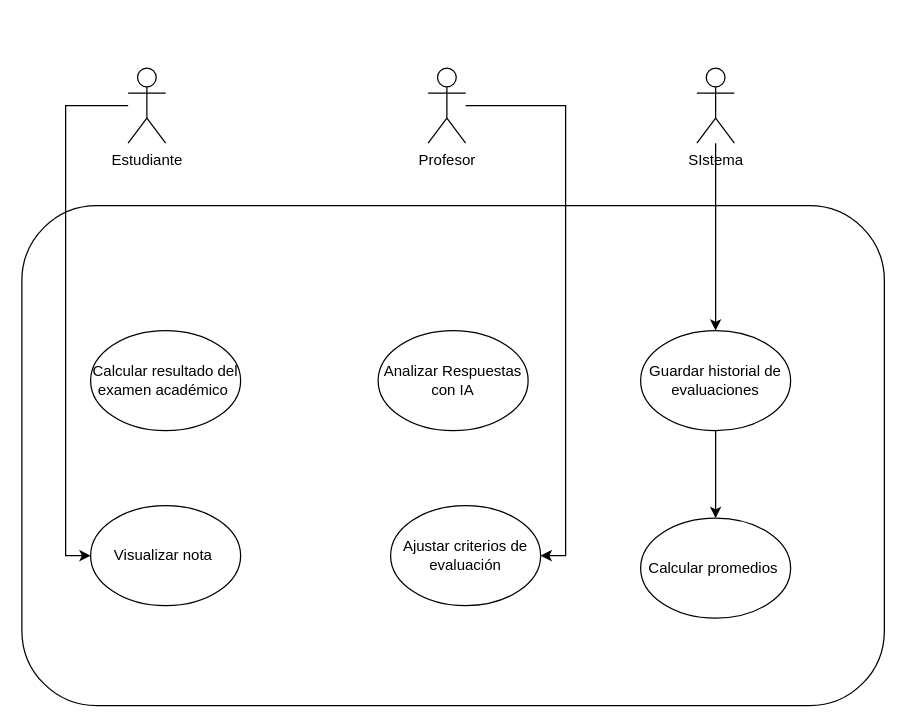
Before: docs/usecases/Diagrama sin título.drawio in Juanb7737/calificia, a draw.io diagram. Source tidied: cells renumbered, new cells numbered last; positions are measured from the earlier drawing's top-left corner, leaving out a move shared by most shapes. Both pictures are drawn from the tidied source at 125%, with x=0, y=0 at pixel (21, 68).
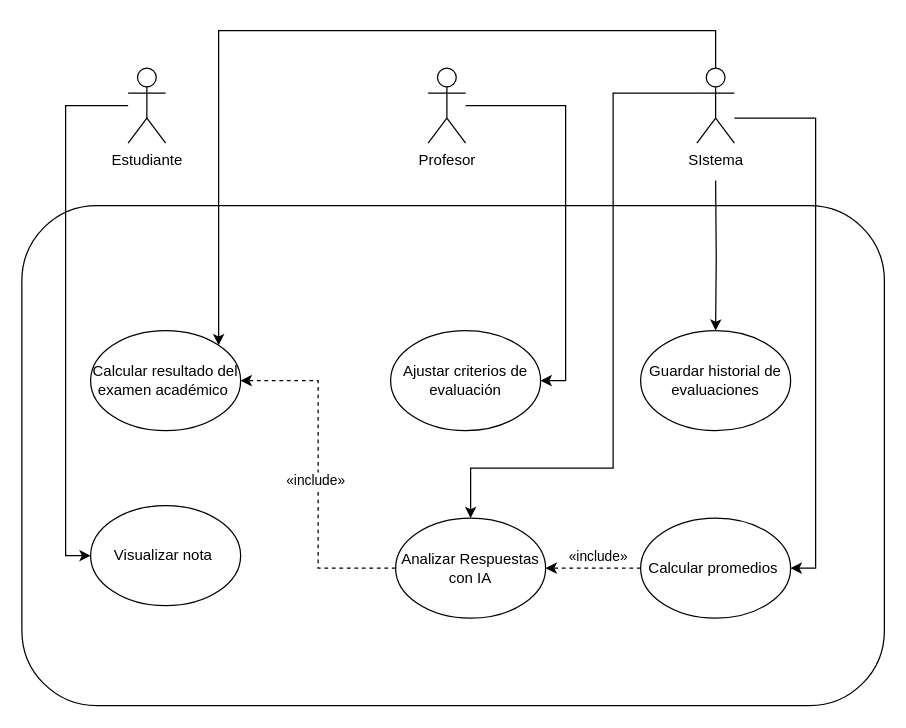
The same diagram, later.

Unchanged cells that the change refers to:
```xml
<mxCell id="3" value="Calcular resultado del examen académico&amp;nbsp;" style="ellipse;whiteSpace=wrap;html=1;" parent="1" vertex="1">
  <mxGeometry x="55" y="210" width="120" height="80" as="geometry" />
</mxCell>
<mxCell id="5" value="Guardar historial de evaluaciones" style="ellipse;whiteSpace=wrap;html=1;" parent="1" vertex="1">
  <mxGeometry x="495" y="210" width="120" height="80" as="geometry" />
</mxCell>
<mxCell id="8" value="Calcular promedios&amp;nbsp;" style="ellipse;whiteSpace=wrap;html=1;" parent="1" vertex="1">
  <mxGeometry x="495" y="360" width="120" height="80" as="geometry" />
</mxCell>
<mxCell id="12" value="Profesor" style="shape=umlActor;verticalLabelPosition=bottom;verticalAlign=top;html=1;outlineConnect=0;" parent="1" vertex="1">
  <mxGeometry x="325" width="30" height="60" as="geometry" />
</mxCell>
<mxCell id="13" value="SIstema" style="shape=umlActor;verticalLabelPosition=bottom;verticalAlign=top;html=1;outlineConnect=0;" parent="1" vertex="1">
  <mxGeometry x="540" width="30" height="60" as="geometry" />
</mxCell>
```

The edit, as a diff of the source:
```diff
@@
+    <mxCell id="16" style="edgeStyle=orthogonalEdgeStyle;rounded=0;jettySize=auto;html=1;entryX=1;entryY=0.5;entryDx=0;entryDy=0;dashed=1;" parent="1" edge="1" source="4" target="3">
+      <mxGeometry relative="1" as="geometry" />
+    </mxCell>
+    <mxCell id="17" value="«include»" style="edgeLabel;html=1;align=center;verticalAlign=middle;" parent="16" vertex="1">
+      <mxGeometry x="-0.03" y="3" relative="1" as="geometry" />
+    </mxCell>
     <mxCell id="4" value="Analizar Respuestas con IA" style="ellipse;whiteSpace=wrap;html=1;" parent="1" vertex="1">
-      <mxGeometry x="285" y="210" width="120" height="80" as="geometry" />
+      <mxGeometry x="299" y="360" width="120" height="80" as="geometry" />
     </mxCell>
@@
     <mxCell id="6" value="Ajustar criterios de evaluación" style="ellipse;whiteSpace=wrap;html=1;" parent="1" vertex="1">
-      <mxGeometry x="295" y="350" width="120" height="80" as="geometry" />
+      <mxGeometry x="295" y="210" width="120" height="80" as="geometry" />
     </mxCell>
@@
+    <mxCell id="18" style="edgeStyle=orthogonalEdgeStyle;rounded=0;jettySize=auto;html=1;entryX=1;entryY=0.5;entryDx=0;entryDy=0;dashed=1;" parent="1" edge="1" source="8" target="4">
+      <mxGeometry relative="1" as="geometry" />
+    </mxCell>
+    <mxCell id="19" value="«include»" style="edgeLabel;html=1;align=center;verticalAlign=middle;" parent="18" vertex="1">
+      <mxGeometry x="-0.49" y="2" relative="1" as="geometry">
+        <mxPoint x="-16" y="-12" as="offset" />
+      </mxGeometry>
+    </mxCell>
@@
     <mxCell id="11" style="edgeStyle=orthogonalEdgeStyle;rounded=0;jettySize=auto;html=1;entryX=1;entryY=0.5;entryDx=0;entryDy=0;" parent="1" edge="1" source="12" target="6">
       <mxGeometry relative="1" as="geometry">
         <Array as="points">
           <mxPoint x="435" y="30" />
-          <mxPoint x="435" y="390" />
+          <mxPoint x="435" y="250" />
         </Array>
       </mxGeometry>
     </mxCell>
@@
+    <mxCell id="20" style="edgeStyle=orthogonalEdgeStyle;rounded=0;jettySize=auto;html=1;entryX=1;entryY=0.5;entryDx=0;entryDy=0;" parent="1" edge="1" source="13" target="8">
+      <mxGeometry relative="1" as="geometry">
+        <Array as="points">
+          <mxPoint x="635" y="40" />
+          <mxPoint x="635" y="400" />
+        </Array>
+      </mxGeometry>
+    </mxCell>
+    <mxCell id="21" style="edgeStyle=orthogonalEdgeStyle;rounded=0;jettySize=auto;html=1;entryX=1;entryY=0;entryDx=0;entryDy=0;" parent="1" edge="1" source="13" target="3">
+      <mxGeometry relative="1" as="geometry">
+        <Array as="points">
+          <mxPoint x="555" y="-30" />
+          <mxPoint x="157" y="-30" />
+        </Array>
+      </mxGeometry>
+    </mxCell>
@@
-    <mxCell id="14" style="edgeStyle=orthogonalEdgeStyle;rounded=0;jettySize=auto;html=1;entryX=0.5;entryY=0;entryDx=0;entryDy=0;" parent="1" edge="1" source="13" target="5">
-      <mxGeometry relative="1" as="geometry" />
+    <mxCell id="14" style="edgeStyle=orthogonalEdgeStyle;rounded=0;jettySize=auto;html=1;entryX=0.5;entryY=0;entryDx=0;entryDy=0;" parent="1" edge="1" target="5">
+      <mxGeometry relative="1" as="geometry">
+        <mxPoint x="555" y="90" as="sourcePoint" />
+      </mxGeometry>
     </mxCell>
-    <mxCell id="15" style="edgeStyle=orthogonalEdgeStyle;rounded=0;jettySize=auto;html=1;exitX=0.5;exitY=1;exitDx=0;exitDy=0;" parent="1" edge="1" source="5" target="8">
-      <mxGeometry relative="1" as="geometry" />
-    </mxCell>
+    <mxCell id="22" style="edgeStyle=orthogonalEdgeStyle;rounded=0;jettySize=auto;html=1;exitX=0;exitY=0.3333333333333333;exitDx=0;exitDy=0;exitPerimeter=0;" parent="1" edge="1" source="13" target="4">
+      <mxGeometry relative="1" as="geometry">
+        <Array as="points">
+          <mxPoint x="473" y="20" />
+          <mxPoint x="473" y="320" />
+          <mxPoint x="359" y="320" />
+        </Array>
+      </mxGeometry>
+    </mxCell>
```
